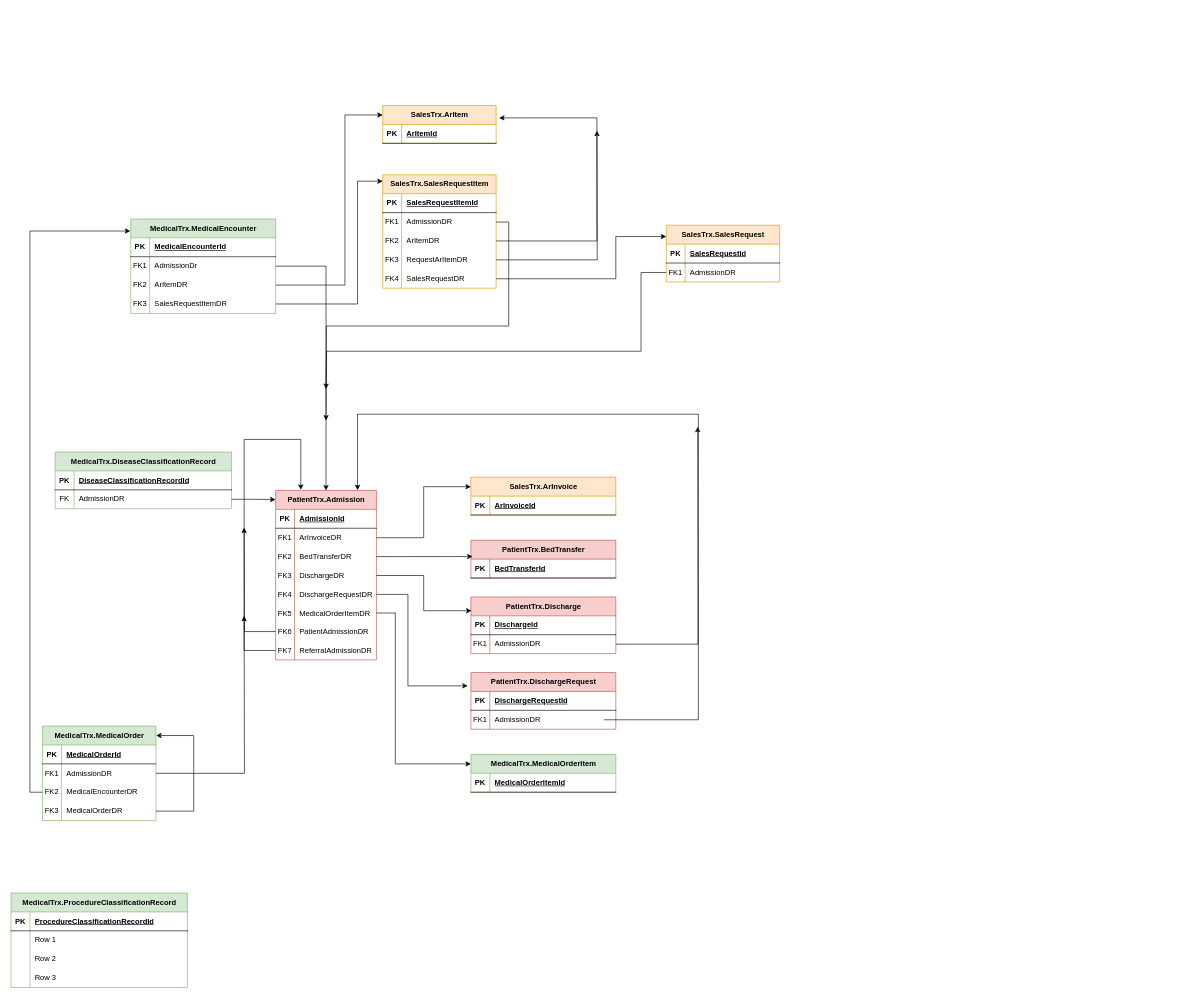
Above: General/General.drawio in xili44/siloam-erd (draw.io), before the change. Source tidied: cells renumbered, new cells numbered last; positions are measured from the earlier drawing's top-left corner, leaving out a move shared by most shapes. Both pictures are drawn from the tidied source at 63%, with x=0, y=0 at pixel (11, 105).
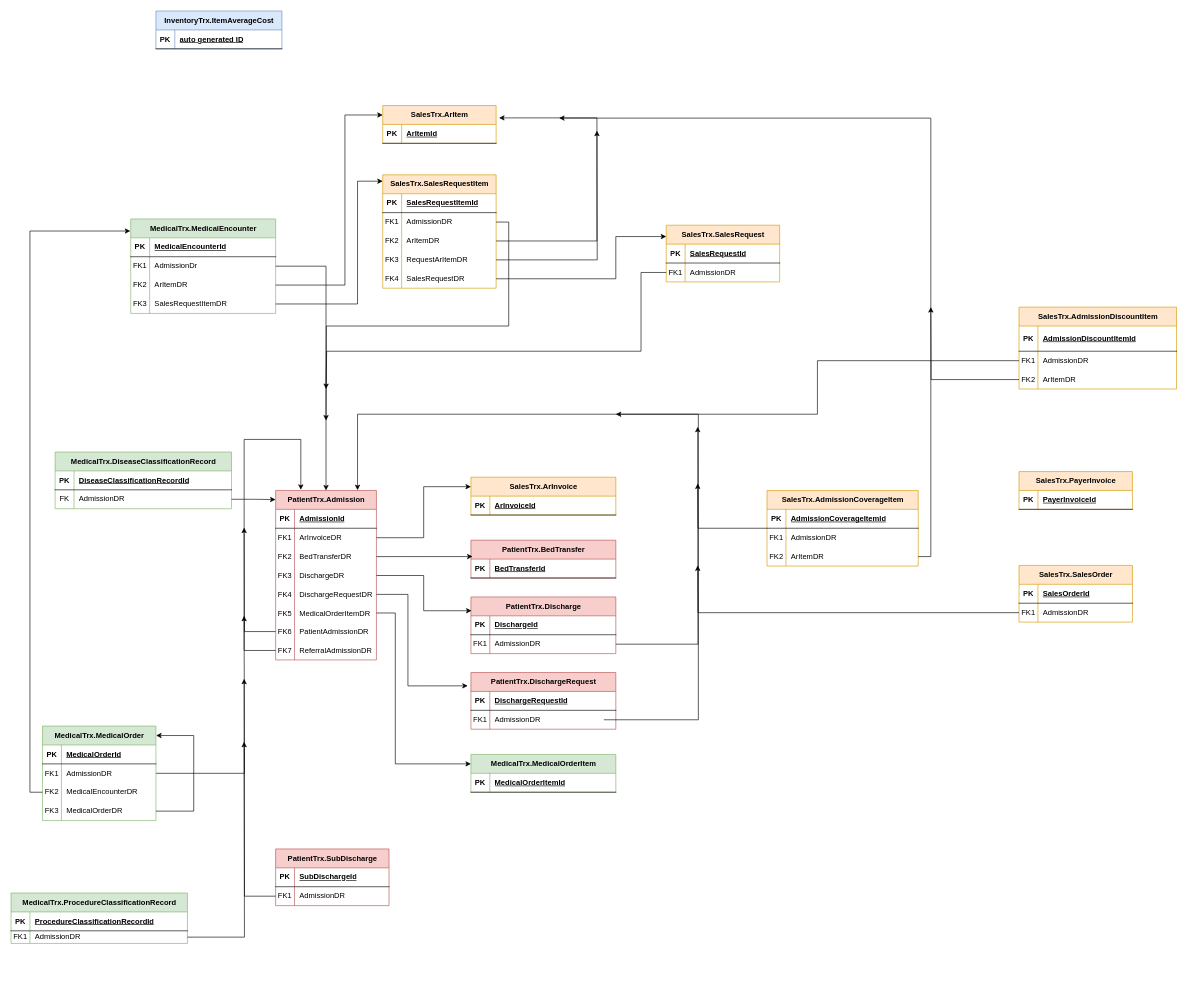
After the change.

Diff of the diagram source:
```diff
@@
     <mxCell id="134" value="MedicalTrx.ProcedureClassificationRecord" style="shape=table;startSize=30;childLayout=tableLayout;rowLines=0;fontStyle=1;align=center;html=1;fillColor=#d5e8d4;strokeColor=#82b366;" parent="1" vertex="1">
-      <mxGeometry y="1250" width="280" height="150" as="geometry" />
+      <mxGeometry y="1250" width="280" height="80" as="geometry" />
     </mxCell>
@@
     <mxCell id="138" style="shape=tableRow;horizontal=0;startSize=0;swimlaneHead=0;swimlaneBody=0;fillColor=none;points=[[0,0.5],[1,0.5]];portConstraint=eastwest;top=0;left=0;right=0;bottom=0;" parent="134" vertex="1">
-      <mxGeometry y="60" width="280" height="30" as="geometry" />
+      <mxGeometry y="60" width="280" height="20" as="geometry" />
     </mxCell>
-    <mxCell id="139" style="shape=partialRectangle;fillColor=none;top=0;left=0;bottom=0;right=0;overflow=hidden;whiteSpace=wrap;html=1;" parent="138" vertex="1">
-      <mxGeometry width="30" height="30" as="geometry" />
+    <mxCell id="139" value="FK1" style="shape=partialRectangle;fillColor=none;top=0;left=0;bottom=0;right=0;overflow=hidden;whiteSpace=wrap;html=1;" parent="138" vertex="1">
+      <mxGeometry width="30" height="20" as="geometry" />
     </mxCell>
-    <mxCell id="140" value="Row 1" style="shape=partialRectangle;fillColor=none;top=0;left=0;bottom=0;right=0;align=left;spacingLeft=6;overflow=hidden;whiteSpace=wrap;html=1;" parent="138" vertex="1">
-      <mxGeometry x="30" width="250" height="30" as="geometry" />
+    <mxCell id="140" value="AdmissionDR" style="shape=partialRectangle;fillColor=none;top=0;left=0;bottom=0;right=0;align=left;spacingLeft=6;overflow=hidden;whiteSpace=wrap;html=1;" parent="138" vertex="1">
+      <mxGeometry x="30" width="250" height="20" as="geometry" />
     </mxCell>
-    <mxCell id="141" style="shape=tableRow;horizontal=0;startSize=0;swimlaneHead=0;swimlaneBody=0;fillColor=none;top=0;left=0;right=0;bottom=0;" parent="134" vertex="1">
-      <mxGeometry y="90" width="280" height="30" as="geometry" />
-    </mxCell>
-    <mxCell id="142" style="shape=partialRectangle;fillColor=none;top=0;left=0;bottom=0;right=0;overflow=hidden;whiteSpace=wrap;html=1;" parent="141" vertex="1">
-      <mxGeometry width="30" height="30" as="geometry" />
-    </mxCell>
-    <mxCell id="143" value="Row 2" style="shape=partialRectangle;fillColor=none;top=0;left=0;bottom=0;right=0;align=left;spacingLeft=6;overflow=hidden;whiteSpace=wrap;html=1;" parent="141" vertex="1">
-      <mxGeometry x="30" width="250" height="30" as="geometry" />
-    </mxCell>
-    <mxCell id="144" style="shape=tableRow;horizontal=0;startSize=0;swimlaneHead=0;swimlaneBody=0;fillColor=none;top=0;left=0;right=0;bottom=0;" parent="134" vertex="1">
-      <mxGeometry y="120" width="280" height="30" as="geometry" />
-    </mxCell>
-    <mxCell id="145" style="shape=partialRectangle;fillColor=none;top=0;left=0;bottom=0;right=0;overflow=hidden;whiteSpace=wrap;html=1;" parent="144" vertex="1">
-      <mxGeometry width="30" height="30" as="geometry" />
-    </mxCell>
-    <mxCell id="146" value="Row 3" style="shape=partialRectangle;fillColor=none;top=0;left=0;bottom=0;right=0;align=left;spacingLeft=6;overflow=hidden;whiteSpace=wrap;html=1;" parent="144" vertex="1">
-      <mxGeometry x="30" width="250" height="30" as="geometry" />
-    </mxCell>
+    <mxCell id="147" style="edgeStyle=orthogonalEdgeStyle;rounded=0;jettySize=auto;html=1;exitX=1;exitY=0.5;exitDx=0;exitDy=0;" parent="1" edge="1" source="138">
+      <mxGeometry relative="1" as="geometry">
+        <mxPoint x="370" y="910" as="targetPoint" />
+      </mxGeometry>
+    </mxCell>
+    <mxCell id="148" value="PatientTrx.SubDischarge" style="shape=table;startSize=30;childLayout=tableLayout;rowLines=0;fontStyle=1;align=center;html=1;fillColor=#f8cecc;strokeColor=#b85450;" parent="1" vertex="1">
+      <mxGeometry x="420" y="1180" width="180" height="90" as="geometry" />
+    </mxCell>
+    <mxCell id="149" style="shape=tableRow;horizontal=0;startSize=0;swimlaneHead=0;swimlaneBody=0;fillColor=none;top=0;left=0;right=0;bottom=1;" parent="148" vertex="1">
+      <mxGeometry y="30" width="180" height="30" as="geometry" />
+    </mxCell>
+    <mxCell id="150" value="PK" style="shape=partialRectangle;fillColor=none;top=0;left=0;bottom=0;right=0;fontStyle=1;overflow=hidden;whiteSpace=wrap;html=1;" parent="149" vertex="1">
+      <mxGeometry width="30" height="30" as="geometry" />
+    </mxCell>
+    <mxCell id="151" value="SubDischargeId" style="shape=partialRectangle;fillColor=none;top=0;left=0;bottom=0;right=0;align=left;spacingLeft=6;fontStyle=5;overflow=hidden;whiteSpace=wrap;html=1;" parent="149" vertex="1">
+      <mxGeometry x="30" width="150" height="30" as="geometry" />
+    </mxCell>
+    <mxCell id="152" style="shape=tableRow;horizontal=0;startSize=0;swimlaneHead=0;swimlaneBody=0;fillColor=none;points=[[0,0.5],[1,0.5]];portConstraint=eastwest;top=0;left=0;right=0;bottom=0;" parent="148" vertex="1">
+      <mxGeometry y="60" width="180" height="30" as="geometry" />
+    </mxCell>
+    <mxCell id="153" value="FK1" style="shape=partialRectangle;fillColor=none;top=0;left=0;bottom=0;right=0;overflow=hidden;whiteSpace=wrap;html=1;" parent="152" vertex="1">
+      <mxGeometry width="30" height="30" as="geometry" />
+    </mxCell>
+    <mxCell id="154" value="AdmissionDR" style="shape=partialRectangle;fillColor=none;top=0;left=0;bottom=0;right=0;align=left;spacingLeft=6;overflow=hidden;whiteSpace=wrap;html=1;" parent="152" vertex="1">
+      <mxGeometry x="30" width="150" height="30" as="geometry" />
+    </mxCell>
+    <mxCell id="155" style="edgeStyle=orthogonalEdgeStyle;rounded=0;jettySize=auto;html=1;exitX=0;exitY=0.5;exitDx=0;exitDy=0;" parent="1" edge="1" source="152">
+      <mxGeometry relative="1" as="geometry">
+        <mxPoint x="370" y="1010" as="targetPoint" />
+      </mxGeometry>
+    </mxCell>
+    <mxCell id="156" style="edgeStyle=orthogonalEdgeStyle;rounded=0;jettySize=auto;html=1;exitX=0;exitY=0.5;exitDx=0;exitDy=0;" parent="1" edge="1" source="157">
+      <mxGeometry relative="1" as="geometry">
+        <mxPoint x="1090" y="600" as="targetPoint" />
+      </mxGeometry>
+    </mxCell>
+    <mxCell id="157" value="SalesTrx.AdmissionCoverageItem" style="shape=table;startSize=30;childLayout=tableLayout;rowLines=0;fontStyle=1;align=center;html=1;fillColor=#ffe6cc;strokeColor=#d79b00;" parent="1" vertex="1">
+      <mxGeometry x="1200" y="611" width="240" height="120" as="geometry" />
+    </mxCell>
+    <mxCell id="158" style="shape=tableRow;horizontal=0;startSize=0;swimlaneHead=0;swimlaneBody=0;fillColor=none;top=0;left=0;right=0;bottom=1;" parent="157" vertex="1">
+      <mxGeometry y="30" width="240" height="30" as="geometry" />
+    </mxCell>
+    <mxCell id="159" value="PK" style="shape=partialRectangle;fillColor=none;top=0;left=0;bottom=0;right=0;fontStyle=1;overflow=hidden;whiteSpace=wrap;html=1;" parent="158" vertex="1">
+      <mxGeometry width="30" height="30" as="geometry" />
+    </mxCell>
+    <mxCell id="160" value="AdmissionCoverageItemId" style="shape=partialRectangle;fillColor=none;top=0;left=0;bottom=0;right=0;align=left;spacingLeft=6;fontStyle=5;overflow=hidden;whiteSpace=wrap;html=1;" parent="158" vertex="1">
+      <mxGeometry x="30" width="210" height="30" as="geometry" />
+    </mxCell>
+    <mxCell id="161" style="shape=tableRow;horizontal=0;startSize=0;swimlaneHead=0;swimlaneBody=0;fillColor=none;top=0;left=0;right=0;bottom=0;" parent="157" vertex="1">
+      <mxGeometry y="60" width="240" height="30" as="geometry" />
+    </mxCell>
+    <mxCell id="162" value="FK1" style="shape=partialRectangle;fillColor=none;top=0;left=0;bottom=0;right=0;overflow=hidden;whiteSpace=wrap;html=1;" parent="161" vertex="1">
+      <mxGeometry width="30" height="30" as="geometry" />
+    </mxCell>
+    <mxCell id="163" value="AdmissionDR" style="shape=partialRectangle;fillColor=none;top=0;left=0;bottom=0;right=0;align=left;spacingLeft=6;overflow=hidden;whiteSpace=wrap;html=1;" parent="161" vertex="1">
+      <mxGeometry x="30" width="210" height="30" as="geometry" />
+    </mxCell>
+    <mxCell id="164" style="shape=tableRow;horizontal=0;startSize=0;swimlaneHead=0;swimlaneBody=0;fillColor=none;points=[[0,0.5],[1,0.5]];portConstraint=eastwest;top=0;left=0;right=0;bottom=0;" parent="157" vertex="1">
+      <mxGeometry y="90" width="240" height="30" as="geometry" />
+    </mxCell>
+    <mxCell id="165" value="FK2" style="shape=partialRectangle;fillColor=none;top=0;left=0;bottom=0;right=0;overflow=hidden;whiteSpace=wrap;html=1;" parent="164" vertex="1">
+      <mxGeometry width="30" height="30" as="geometry" />
+    </mxCell>
+    <mxCell id="166" value="ArItemDR" style="shape=partialRectangle;fillColor=none;top=0;left=0;bottom=0;right=0;align=left;spacingLeft=6;overflow=hidden;whiteSpace=wrap;html=1;" parent="164" vertex="1">
+      <mxGeometry x="30" width="210" height="30" as="geometry" />
+    </mxCell>
+    <mxCell id="167" style="edgeStyle=orthogonalEdgeStyle;rounded=0;jettySize=auto;html=1;exitX=1;exitY=0.5;exitDx=0;exitDy=0;" parent="1" edge="1" source="164">
+      <mxGeometry relative="1" as="geometry">
+        <mxPoint x="870" y="20" as="targetPoint" />
+        <Array as="points">
+          <mxPoint x="1460" y="716" />
+          <mxPoint x="1460" y="20" />
+        </Array>
+      </mxGeometry>
+    </mxCell>
+    <mxCell id="168" value="SalesTrx.AdmissionDiscountItem" style="shape=table;startSize=30;childLayout=tableLayout;rowLines=0;fontStyle=1;align=center;html=1;fillColor=#ffe6cc;strokeColor=#d79b00;" parent="1" vertex="1">
+      <mxGeometry x="1600" y="320" width="250" height="130" as="geometry" />
+    </mxCell>
+    <mxCell id="169" style="shape=tableRow;horizontal=0;startSize=0;swimlaneHead=0;swimlaneBody=0;fillColor=none;top=0;left=0;right=0;bottom=1;" parent="168" vertex="1">
+      <mxGeometry y="30" width="250" height="40" as="geometry" />
+    </mxCell>
+    <mxCell id="170" value="PK" style="shape=partialRectangle;fillColor=none;top=0;left=0;bottom=0;right=0;fontStyle=1;overflow=hidden;whiteSpace=wrap;html=1;" parent="169" vertex="1">
+      <mxGeometry width="30" height="40" as="geometry" />
+    </mxCell>
+    <mxCell id="171" value="AdmissionDiscountItemId" style="shape=partialRectangle;fillColor=none;top=0;left=0;bottom=0;right=0;align=left;spacingLeft=6;fontStyle=5;overflow=hidden;whiteSpace=wrap;html=1;" parent="169" vertex="1">
+      <mxGeometry x="30" width="220" height="40" as="geometry" />
+    </mxCell>
+    <mxCell id="172" style="shape=tableRow;horizontal=0;startSize=0;swimlaneHead=0;swimlaneBody=0;fillColor=none;points=[[0,0.5],[1,0.5]];portConstraint=eastwest;top=0;left=0;right=0;bottom=0;" parent="168" vertex="1">
+      <mxGeometry y="70" width="250" height="30" as="geometry" />
+    </mxCell>
+    <mxCell id="173" value="FK1" style="shape=partialRectangle;fillColor=none;top=0;left=0;bottom=0;right=0;overflow=hidden;whiteSpace=wrap;html=1;" parent="172" vertex="1">
+      <mxGeometry width="30" height="30" as="geometry" />
+    </mxCell>
+    <mxCell id="174" value="AdmissionDR" style="shape=partialRectangle;fillColor=none;top=0;left=0;bottom=0;right=0;align=left;spacingLeft=6;overflow=hidden;whiteSpace=wrap;html=1;" parent="172" vertex="1">
+      <mxGeometry x="30" width="220" height="30" as="geometry" />
+    </mxCell>
+    <mxCell id="175" style="shape=tableRow;horizontal=0;startSize=0;swimlaneHead=0;swimlaneBody=0;fillColor=none;points=[[0,0.5],[1,0.5]];portConstraint=eastwest;top=0;left=0;right=0;bottom=0;" parent="168" vertex="1">
+      <mxGeometry y="100" width="250" height="30" as="geometry" />
+    </mxCell>
+    <mxCell id="176" value="FK2" style="shape=partialRectangle;fillColor=none;top=0;left=0;bottom=0;right=0;overflow=hidden;whiteSpace=wrap;html=1;" parent="175" vertex="1">
+      <mxGeometry width="30" height="30" as="geometry" />
+    </mxCell>
+    <mxCell id="177" value="ArItemDR" style="shape=partialRectangle;fillColor=none;top=0;left=0;bottom=0;right=0;align=left;spacingLeft=6;overflow=hidden;whiteSpace=wrap;html=1;" parent="175" vertex="1">
+      <mxGeometry x="30" width="220" height="30" as="geometry" />
+    </mxCell>
+    <mxCell id="178" style="edgeStyle=orthogonalEdgeStyle;rounded=0;jettySize=auto;html=1;exitX=0;exitY=0.5;exitDx=0;exitDy=0;" parent="1" edge="1" source="172">
+      <mxGeometry relative="1" as="geometry">
+        <mxPoint x="960" y="490" as="targetPoint" />
+        <Array as="points">
+          <mxPoint x="1280" y="405" />
+          <mxPoint x="1280" y="490" />
+        </Array>
+      </mxGeometry>
+    </mxCell>
+    <mxCell id="179" style="edgeStyle=orthogonalEdgeStyle;rounded=0;jettySize=auto;html=1;exitX=0;exitY=0.5;exitDx=0;exitDy=0;" parent="1" edge="1" source="175">
+      <mxGeometry relative="1" as="geometry">
+        <mxPoint x="1460" y="320" as="targetPoint" />
+      </mxGeometry>
+    </mxCell>
+    <mxCell id="180" value="SalesTrx.PayerInvoice" style="shape=table;startSize=30;childLayout=tableLayout;rowLines=0;fontStyle=1;align=center;html=1;fillColor=#ffe6cc;strokeColor=#d79b00;" parent="1" vertex="1">
+      <mxGeometry x="1600" y="581" width="180" height="60" as="geometry" />
+    </mxCell>
+    <mxCell id="181" style="shape=tableRow;horizontal=0;startSize=0;swimlaneHead=0;swimlaneBody=0;fillColor=none;top=0;left=0;right=0;bottom=1;" parent="180" vertex="1">
+      <mxGeometry y="30" width="180" height="30" as="geometry" />
+    </mxCell>
+    <mxCell id="182" value="PK" style="shape=partialRectangle;fillColor=none;top=0;left=0;bottom=0;right=0;fontStyle=1;overflow=hidden;whiteSpace=wrap;html=1;" parent="181" vertex="1">
+      <mxGeometry width="30" height="30" as="geometry" />
+    </mxCell>
+    <mxCell id="183" value="PayerInvoiceId" style="shape=partialRectangle;fillColor=none;top=0;left=0;bottom=0;right=0;align=left;spacingLeft=6;fontStyle=5;overflow=hidden;whiteSpace=wrap;html=1;" parent="181" vertex="1">
+      <mxGeometry x="30" width="150" height="30" as="geometry" />
+    </mxCell>
+    <mxCell id="184" value="SalesTrx.SalesOrder" style="shape=table;startSize=30;childLayout=tableLayout;rowLines=0;fontStyle=1;align=center;html=1;fillColor=#ffe6cc;strokeColor=#d79b00;" parent="1" vertex="1">
+      <mxGeometry x="1600" y="730" width="180" height="90" as="geometry" />
+    </mxCell>
+    <mxCell id="185" style="shape=tableRow;horizontal=0;startSize=0;swimlaneHead=0;swimlaneBody=0;fillColor=none;top=0;left=0;right=0;bottom=1;" parent="184" vertex="1">
+      <mxGeometry y="30" width="180" height="30" as="geometry" />
+    </mxCell>
+    <mxCell id="186" value="PK" style="shape=partialRectangle;fillColor=none;top=0;left=0;bottom=0;right=0;fontStyle=1;overflow=hidden;whiteSpace=wrap;html=1;" parent="185" vertex="1">
+      <mxGeometry width="30" height="30" as="geometry" />
+    </mxCell>
+    <mxCell id="187" value="SalesOrderId" style="shape=partialRectangle;fillColor=none;top=0;left=0;bottom=0;right=0;align=left;spacingLeft=6;fontStyle=5;overflow=hidden;whiteSpace=wrap;html=1;" parent="185" vertex="1">
+      <mxGeometry x="30" width="150" height="30" as="geometry" />
+    </mxCell>
+    <mxCell id="188" style="shape=tableRow;horizontal=0;startSize=0;swimlaneHead=0;swimlaneBody=0;fillColor=none;points=[[0,0.5],[1,0.5]];portConstraint=eastwest;top=0;left=0;right=0;bottom=0;" parent="184" vertex="1">
+      <mxGeometry y="60" width="180" height="30" as="geometry" />
+    </mxCell>
+    <mxCell id="189" value="FK1" style="shape=partialRectangle;fillColor=none;top=0;left=0;bottom=0;right=0;overflow=hidden;whiteSpace=wrap;html=1;" parent="188" vertex="1">
+      <mxGeometry width="30" height="30" as="geometry" />
+    </mxCell>
+    <mxCell id="190" value="AdmissionDR" style="shape=partialRectangle;fillColor=none;top=0;left=0;bottom=0;right=0;align=left;spacingLeft=6;overflow=hidden;whiteSpace=wrap;html=1;" parent="188" vertex="1">
+      <mxGeometry x="30" width="150" height="30" as="geometry" />
+    </mxCell>
+    <mxCell id="191" style="edgeStyle=orthogonalEdgeStyle;rounded=0;jettySize=auto;html=1;exitX=0;exitY=0.5;exitDx=0;exitDy=0;" parent="1" edge="1" source="188">
+      <mxGeometry relative="1" as="geometry">
+        <mxPoint x="1090" y="730" as="targetPoint" />
+      </mxGeometry>
+    </mxCell>
+    <mxCell id="192" value="InventoryTrx.ItemAverageCost" style="shape=table;startSize=30;childLayout=tableLayout;rowLines=0;fontStyle=1;align=center;html=1;fillColor=#dae8fc;strokeColor=#6c8ebf;" parent="1" vertex="1">
+      <mxGeometry x="230" y="-150" width="200" height="60" as="geometry" />
+    </mxCell>
+    <mxCell id="193" style="shape=tableRow;horizontal=0;startSize=0;swimlaneHead=0;swimlaneBody=0;fillColor=none;top=0;left=0;right=0;bottom=1;" parent="192" vertex="1">
+      <mxGeometry y="30" width="200" height="30" as="geometry" />
+    </mxCell>
+    <mxCell id="194" value="PK" style="shape=partialRectangle;fillColor=none;top=0;left=0;bottom=0;right=0;fontStyle=1;overflow=hidden;whiteSpace=wrap;html=1;" parent="193" vertex="1">
+      <mxGeometry width="30" height="30" as="geometry" />
+    </mxCell>
+    <mxCell id="195" value="auto generated ID" style="shape=partialRectangle;fillColor=none;top=0;left=0;bottom=0;right=0;align=left;spacingLeft=6;fontStyle=5;overflow=hidden;whiteSpace=wrap;html=1;" parent="193" vertex="1">
+      <mxGeometry x="30" width="170" height="30" as="geometry" />
+    </mxCell>
```
